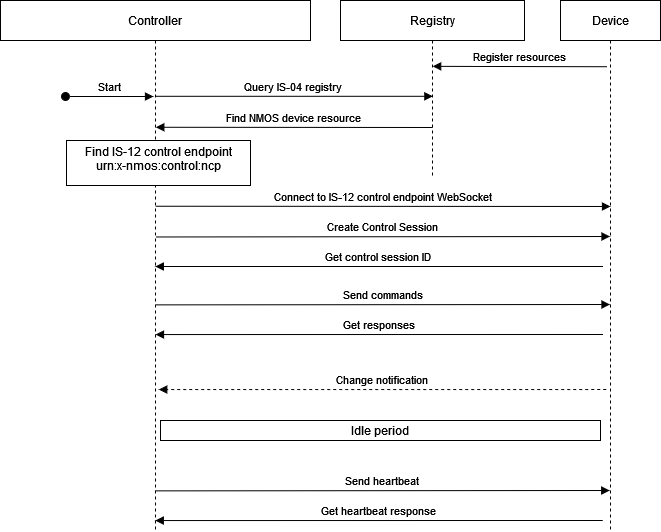
Before: docs/images/basic-controller-sequence.png, a diagram exported from draw.io (AMWA-TV/info-006). Source tidied: cells renumbered, new cells last; positions are measured from the earlier drawing's top-left corner, leaving out a move shared by most shapes.
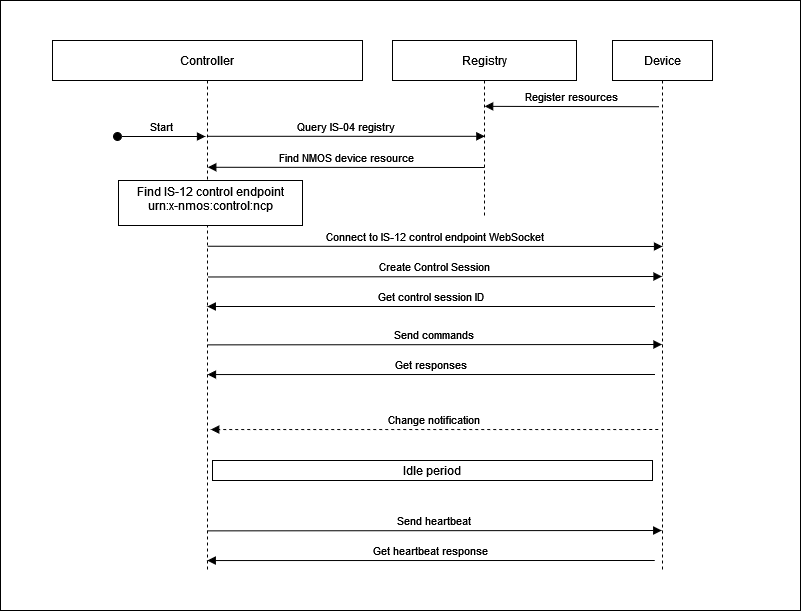
Above is the later version.

Change to the diagram source:
```diff
@@ -2,6 +2,9 @@
   <root>
     <mxCell id="0" />
     <mxCell id="1" parent="0" />
+    <mxCell id="19" style="rounded=0;whiteSpace=wrap;html=1;" parent="1" vertex="1">
+      <mxGeometry x="-52" y="-40" width="800" height="610" as="geometry" />
+    </mxCell>
     <mxCell id="2" value="Create Control Session" style="verticalAlign=bottom;endArrow=block;shadow=0;strokeWidth=1;endFill=1;exitX=0.5;exitY=0.416;exitDx=0;exitDy=0;exitPerimeter=0;" parent="1" edge="1">
       <mxGeometry relative="1" as="geometry">
         <mxPoint x="155" y="236.5" as="sourcePoint" />
```
